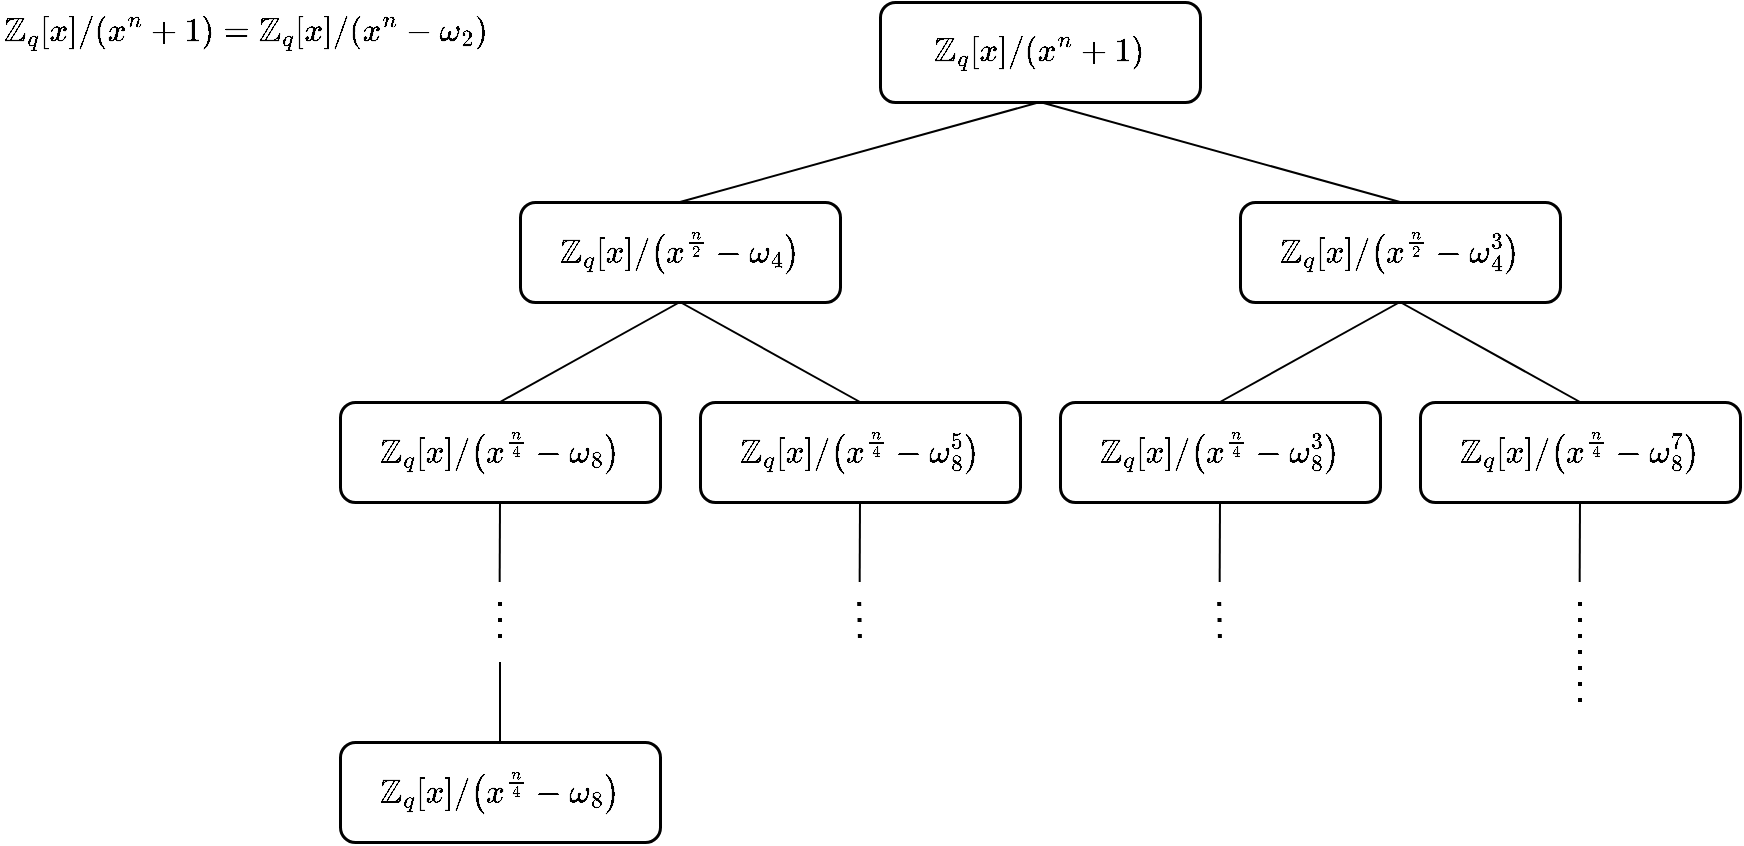
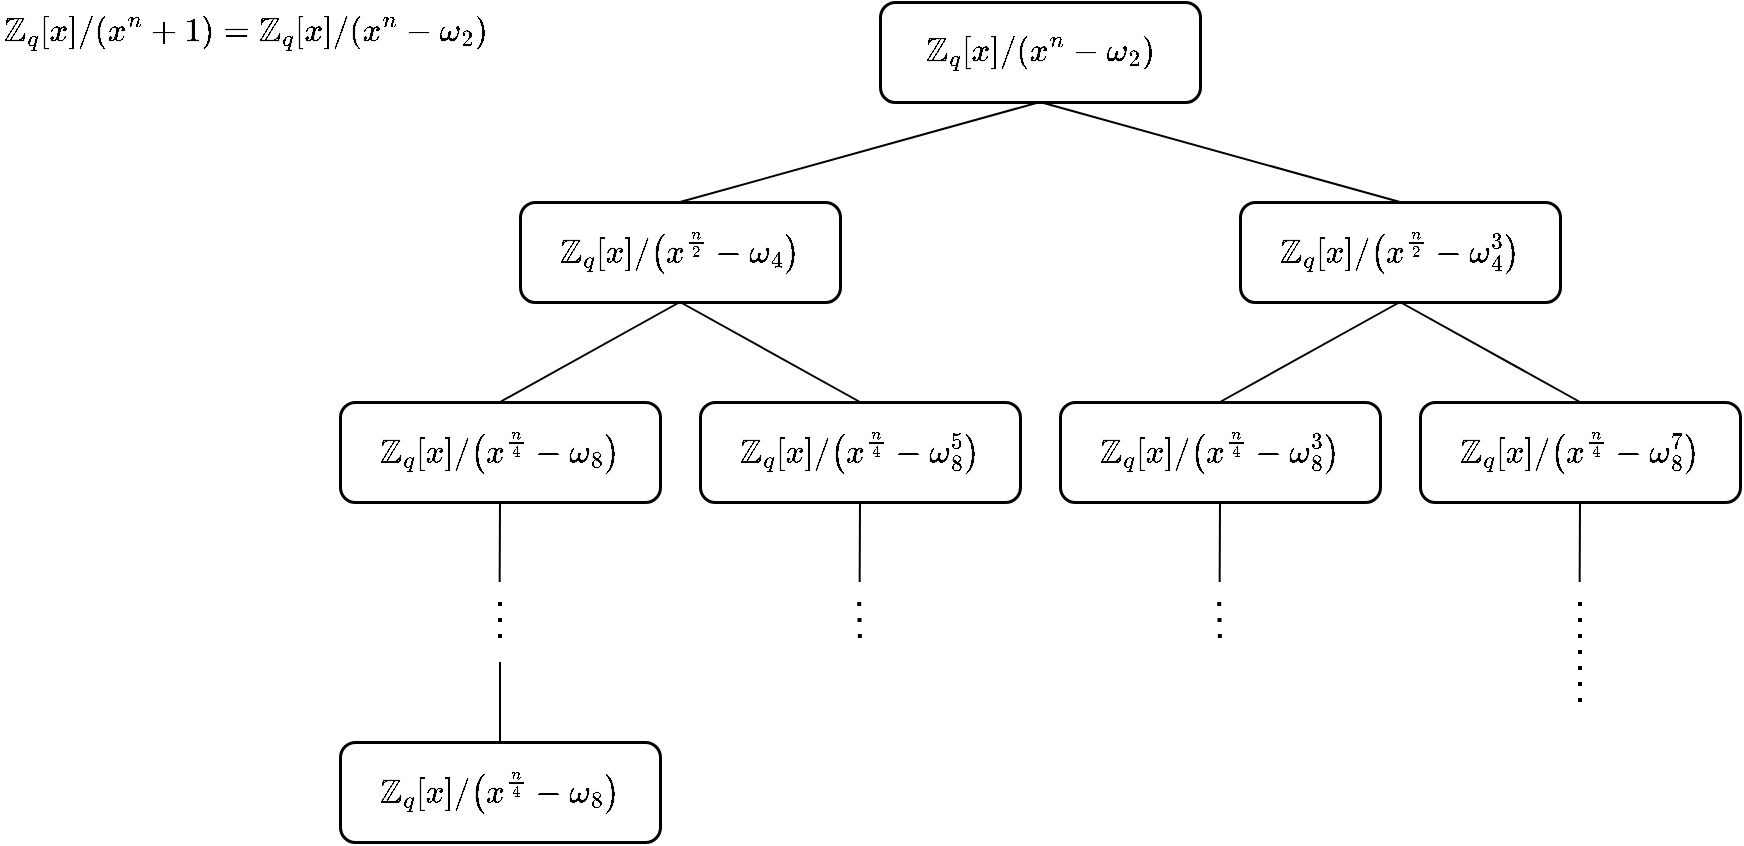
<mxfile host="app.diagrams.net">
  <diagram name="第 1 页" id="r_cadCLkMDmKBiWyYnG-">
    <mxGraphModel dx="1267" dy="820" grid="1" gridSize="10" guides="1" tooltips="1" connect="1" arrows="1" fold="1" page="1" pageScale="1" pageWidth="1600" pageHeight="900" math="1" shadow="0">
      <root>
        <mxCell id="0" />
        <mxCell id="1" parent="0" />
        <mxCell id="RMBLcs9uN_SKzhUv9nPz-1" edge="1" parent="1" source="RMBLcs9uN_SKzhUv9nPz-3" style="rounded=0;orthogonalLoop=1;jettySize=auto;html=1;exitX=0.5;exitY=1;exitDx=0;exitDy=0;entryX=0.5;entryY=0;entryDx=0;entryDy=0;endArrow=none;endFill=0;fontSize=14;" target="RMBLcs9uN_SKzhUv9nPz-9">
          <mxGeometry relative="1" as="geometry">
            <mxPoint x="1070" y="160" as="targetPoint" />
          </mxGeometry>
        </mxCell>
        <mxCell id="RMBLcs9uN_SKzhUv9nPz-2" edge="1" parent="1" source="RMBLcs9uN_SKzhUv9nPz-3" style="rounded=0;orthogonalLoop=1;jettySize=auto;html=1;exitX=0.5;exitY=1;exitDx=0;exitDy=0;endArrow=none;endFill=0;entryX=0.5;entryY=0;entryDx=0;entryDy=0;fontSize=14;" target="RMBLcs9uN_SKzhUv9nPz-6">
          <mxGeometry relative="1" as="geometry">
            <mxPoint x="600" y="160" as="targetPoint" />
          </mxGeometry>
        </mxCell>
-         <mxCell id="RMBLcs9uN_SKzhUv9nPz-3" parent="1" style="rounded=1;whiteSpace=wrap;html=1;strokeWidth=1.5;fontSize=14;" value="`\mathbb{Z}_{q} [x] \/ (x^n + 1)`" vertex="1">
+         <mxCell id="RMBLcs9uN_SKzhUv9nPz-3" parent="1" style="rounded=1;whiteSpace=wrap;html=1;strokeWidth=1.5;fontSize=14;" value="`\mathbb{Z}_{q} [x] \/ (x^n - \omega _{2})`" vertex="1">
          <mxGeometry height="50" width="160" x="720" y="40" as="geometry" />
        </mxCell>
        <mxCell id="RMBLcs9uN_SKzhUv9nPz-4" edge="1" parent="1" source="RMBLcs9uN_SKzhUv9nPz-6" style="rounded=0;orthogonalLoop=1;jettySize=auto;html=1;exitX=0.5;exitY=1;exitDx=0;exitDy=0;entryX=0.5;entryY=0;entryDx=0;entryDy=0;endArrow=none;endFill=0;" target="RMBLcs9uN_SKzhUv9nPz-11">
          <mxGeometry relative="1" as="geometry" />
        </mxCell>
        <mxCell id="RMBLcs9uN_SKzhUv9nPz-5" edge="1" parent="1" source="RMBLcs9uN_SKzhUv9nPz-6" style="edgeStyle=none;shape=connector;rounded=0;orthogonalLoop=1;jettySize=auto;html=1;exitX=0.5;exitY=1;exitDx=0;exitDy=0;entryX=0.5;entryY=0;entryDx=0;entryDy=0;strokeColor=default;align=center;verticalAlign=middle;fontFamily=Helvetica;fontSize=11;fontColor=default;labelBackgroundColor=default;endArrow=none;endFill=0;" target="RMBLcs9uN_SKzhUv9nPz-13">
          <mxGeometry relative="1" as="geometry" />
        </mxCell>
        <mxCell id="RMBLcs9uN_SKzhUv9nPz-6" parent="1" style="rounded=1;whiteSpace=wrap;html=1;strokeWidth=1.5;fontSize=14;" value="`\mathbb{Z}_{q} [x] \/ (x^{n/2} - \omega_4)`" vertex="1">
          <mxGeometry height="50" width="160" x="540" y="140" as="geometry" />
        </mxCell>
        <mxCell id="RMBLcs9uN_SKzhUv9nPz-7" edge="1" parent="1" source="RMBLcs9uN_SKzhUv9nPz-9" style="edgeStyle=none;shape=connector;rounded=0;orthogonalLoop=1;jettySize=auto;html=1;exitX=0.5;exitY=1;exitDx=0;exitDy=0;entryX=0.5;entryY=0;entryDx=0;entryDy=0;strokeColor=default;align=center;verticalAlign=middle;fontFamily=Helvetica;fontSize=11;fontColor=default;labelBackgroundColor=default;endArrow=none;endFill=0;" target="RMBLcs9uN_SKzhUv9nPz-15">
          <mxGeometry relative="1" as="geometry" />
        </mxCell>
        <mxCell id="RMBLcs9uN_SKzhUv9nPz-8" edge="1" parent="1" source="RMBLcs9uN_SKzhUv9nPz-9" style="edgeStyle=none;shape=connector;rounded=0;orthogonalLoop=1;jettySize=auto;html=1;exitX=0.5;exitY=1;exitDx=0;exitDy=0;entryX=0.5;entryY=0;entryDx=0;entryDy=0;strokeColor=default;align=center;verticalAlign=middle;fontFamily=Helvetica;fontSize=11;fontColor=default;labelBackgroundColor=default;endArrow=none;endFill=0;" target="RMBLcs9uN_SKzhUv9nPz-17">
          <mxGeometry relative="1" as="geometry" />
        </mxCell>
        <mxCell id="RMBLcs9uN_SKzhUv9nPz-9" parent="1" style="rounded=1;whiteSpace=wrap;html=1;strokeWidth=1.5;fontSize=14;" value="`\mathbb{Z}_{q} [x] \/ (x^{n/2} - \omega_{4}^3)`" vertex="1">
          <mxGeometry height="50" width="160" x="900" y="140" as="geometry" />
        </mxCell>
        <mxCell id="RMBLcs9uN_SKzhUv9nPz-10" edge="1" parent="1" source="RMBLcs9uN_SKzhUv9nPz-11" style="edgeStyle=none;shape=connector;rounded=0;orthogonalLoop=1;jettySize=auto;html=1;exitX=0.5;exitY=1;exitDx=0;exitDy=0;strokeColor=default;align=center;verticalAlign=middle;fontFamily=Helvetica;fontSize=11;fontColor=default;labelBackgroundColor=default;endArrow=none;endFill=0;">
          <mxGeometry relative="1" as="geometry">
            <mxPoint x="529.8333333333335" y="330" as="targetPoint" />
          </mxGeometry>
        </mxCell>
        <mxCell id="RMBLcs9uN_SKzhUv9nPz-11" parent="1" style="rounded=1;whiteSpace=wrap;html=1;strokeWidth=1.5;fontSize=14;" value="`\mathbb{Z}_{q} [x] \/ (x^{n/4} - \omega_8)`" vertex="1">
          <mxGeometry height="50" width="160" x="450" y="240" as="geometry" />
        </mxCell>
        <mxCell id="RMBLcs9uN_SKzhUv9nPz-12" edge="1" parent="1" source="RMBLcs9uN_SKzhUv9nPz-13" style="edgeStyle=none;shape=connector;rounded=0;orthogonalLoop=1;jettySize=auto;html=1;exitX=0.5;exitY=1;exitDx=0;exitDy=0;strokeColor=default;align=center;verticalAlign=middle;fontFamily=Helvetica;fontSize=11;fontColor=default;labelBackgroundColor=default;endArrow=none;endFill=0;">
          <mxGeometry relative="1" as="geometry">
            <mxPoint x="709.8333333333335" y="330" as="targetPoint" />
          </mxGeometry>
        </mxCell>
        <mxCell id="RMBLcs9uN_SKzhUv9nPz-13" parent="1" style="rounded=1;whiteSpace=wrap;html=1;strokeWidth=1.5;fontSize=14;" value="`\mathbb{Z}_{q} [x] \/ (x^{n/4} - \omega_{8}^{5})`" vertex="1">
          <mxGeometry height="50" width="160" x="630" y="240" as="geometry" />
        </mxCell>
        <mxCell id="RMBLcs9uN_SKzhUv9nPz-14" edge="1" parent="1" source="RMBLcs9uN_SKzhUv9nPz-15" style="edgeStyle=none;shape=connector;rounded=0;orthogonalLoop=1;jettySize=auto;html=1;exitX=0.5;exitY=1;exitDx=0;exitDy=0;strokeColor=default;align=center;verticalAlign=middle;fontFamily=Helvetica;fontSize=11;fontColor=default;labelBackgroundColor=default;endArrow=none;endFill=0;">
          <mxGeometry relative="1" as="geometry">
            <mxPoint x="889.8333333333335" y="330" as="targetPoint" />
          </mxGeometry>
        </mxCell>
        <mxCell id="RMBLcs9uN_SKzhUv9nPz-15" parent="1" style="rounded=1;whiteSpace=wrap;html=1;strokeWidth=1.5;fontSize=14;" value="`\mathbb{Z}_{q} [x] \/ (x^{n/4} - \omega_{8}^{3})`" vertex="1">
          <mxGeometry height="50" width="160" x="810" y="240" as="geometry" />
        </mxCell>
        <mxCell id="RMBLcs9uN_SKzhUv9nPz-16" edge="1" parent="1" source="RMBLcs9uN_SKzhUv9nPz-17" style="edgeStyle=none;shape=connector;rounded=0;orthogonalLoop=1;jettySize=auto;html=1;exitX=0.5;exitY=1;exitDx=0;exitDy=0;strokeColor=default;align=center;verticalAlign=middle;fontFamily=Helvetica;fontSize=11;fontColor=default;labelBackgroundColor=default;endArrow=none;endFill=0;">
          <mxGeometry relative="1" as="geometry">
            <mxPoint x="1069.8333333333335" y="330" as="targetPoint" />
          </mxGeometry>
        </mxCell>
        <mxCell id="RMBLcs9uN_SKzhUv9nPz-17" parent="1" style="rounded=1;whiteSpace=wrap;html=1;strokeWidth=1.5;fontSize=14;" value="`\mathbb{Z}_{q} [x] \/ (x^{n/4} - \omega_{8}^{7})`" vertex="1">
          <mxGeometry height="50" width="160" x="990" y="240" as="geometry" />
        </mxCell>
        <mxCell id="RMBLcs9uN_SKzhUv9nPz-18" edge="1" parent="1" style="endArrow=none;dashed=1;html=1;dashPattern=1 3;strokeWidth=2;rounded=0;strokeColor=default;align=center;verticalAlign=middle;fontFamily=Helvetica;fontSize=11;fontColor=default;labelBackgroundColor=default;" value="">
          <mxGeometry height="50" relative="1" width="50" as="geometry">
            <mxPoint x="530" y="340" as="sourcePoint" />
            <mxPoint x="530" y="360" as="targetPoint" />
          </mxGeometry>
        </mxCell>
        <mxCell id="RMBLcs9uN_SKzhUv9nPz-19" edge="1" parent="1" style="endArrow=none;dashed=1;html=1;dashPattern=1 3;strokeWidth=2;rounded=0;strokeColor=default;align=center;verticalAlign=middle;fontFamily=Helvetica;fontSize=11;fontColor=default;labelBackgroundColor=default;" value="">
          <mxGeometry height="50" relative="1" width="50" as="geometry">
            <mxPoint x="709.5799999999999" y="340" as="sourcePoint" />
            <mxPoint x="710" y="360" as="targetPoint" />
          </mxGeometry>
        </mxCell>
        <mxCell id="RMBLcs9uN_SKzhUv9nPz-20" edge="1" parent="1" style="endArrow=none;dashed=1;html=1;dashPattern=1 3;strokeWidth=2;rounded=0;strokeColor=default;align=center;verticalAlign=middle;fontFamily=Helvetica;fontSize=11;fontColor=default;labelBackgroundColor=default;" value="">
          <mxGeometry height="50" relative="1" width="50" as="geometry">
            <mxPoint x="889.5799999999999" y="340" as="sourcePoint" />
            <mxPoint x="890" y="360" as="targetPoint" />
          </mxGeometry>
        </mxCell>
        <mxCell id="RMBLcs9uN_SKzhUv9nPz-21" edge="1" parent="1" style="endArrow=none;dashed=1;html=1;dashPattern=1 3;strokeWidth=2;rounded=0;strokeColor=default;align=center;verticalAlign=middle;fontFamily=Helvetica;fontSize=11;fontColor=default;labelBackgroundColor=default;" value="">
          <mxGeometry height="50" relative="1" width="50" as="geometry">
            <mxPoint x="1070" y="340" as="sourcePoint" />
            <mxPoint x="1070" y="390" as="targetPoint" />
          </mxGeometry>
        </mxCell>
        <mxCell id="RMBLcs9uN_SKzhUv9nPz-23" parent="1" style="text;whiteSpace=wrap;html=1;textShadow=0;labelBackgroundColor=none;" value="&lt;span style=&quot;color: rgb(0, 0, 0); font-family: Helvetica; font-size: 14px; font-style: normal; font-variant-ligatures: normal; font-variant-caps: normal; font-weight: 400; letter-spacing: normal; orphans: 2; text-align: center; text-indent: 0px; text-transform: none; widows: 2; word-spacing: 0px; -webkit-text-stroke-width: 0px; white-space: normal; text-decoration-thickness: initial; text-decoration-style: initial; text-decoration-color: initial; float: none; display: inline !important;&quot;&gt;`\mathbb{Z}_{q} [x] \/ (x^n + 1) = \mathbb{Z}_q[x] \/ (x^n - \omega _{2})`&lt;/span&gt;" vertex="1">
          <mxGeometry height="40" width="220" x="280" y="40" as="geometry" />
        </mxCell>
        <mxCell id="RMBLcs9uN_SKzhUv9nPz-24" parent="1" style="rounded=1;whiteSpace=wrap;html=1;strokeWidth=1.5;fontSize=14;" value="`\mathbb{Z}_{q} [x] \/ (x^{n/4} - \omega_8)`" vertex="1">
          <mxGeometry height="50" width="160" x="450" y="410" as="geometry" />
        </mxCell>
        <mxCell id="RMBLcs9uN_SKzhUv9nPz-25" edge="1" parent="1" style="edgeStyle=none;shape=connector;rounded=0;orthogonalLoop=1;jettySize=auto;html=1;strokeColor=default;align=center;verticalAlign=middle;fontFamily=Helvetica;fontSize=11;fontColor=default;labelBackgroundColor=default;endArrow=none;endFill=0;entryX=0.5;entryY=0;entryDx=0;entryDy=0;" target="RMBLcs9uN_SKzhUv9nPz-24">
          <mxGeometry relative="1" as="geometry">
            <mxPoint x="530" y="370" as="sourcePoint" />
            <mxPoint x="520" y="410" as="targetPoint" />
          </mxGeometry>
        </mxCell>
      </root>
    </mxGraphModel>
  </diagram>
</mxfile>
